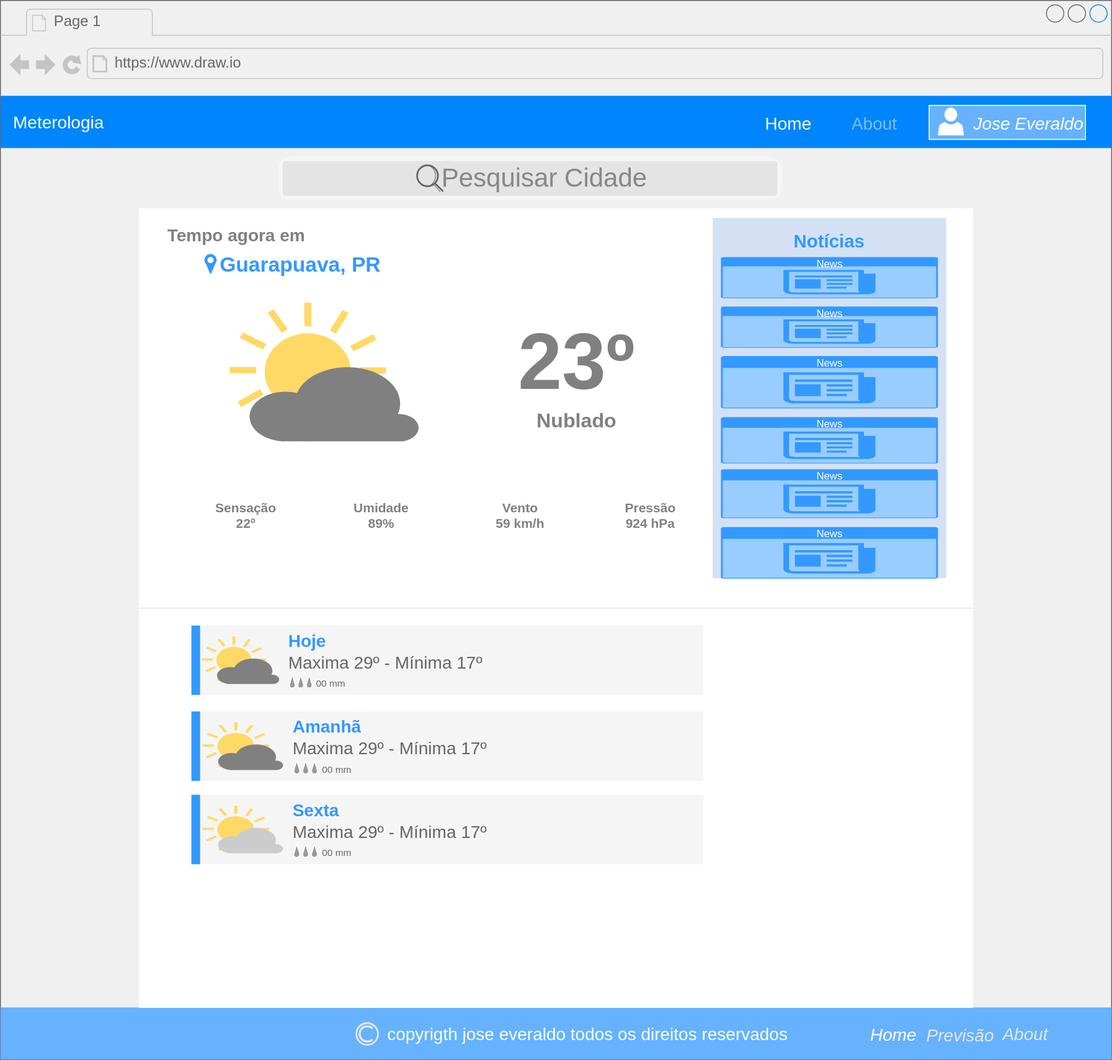
Before: wireframe/home-view.svg, a diagram exported from draw.io (LeoMatheus/bischoflima.github.io). Source tidied: cells renumbered, new cells last; positions are measured from the earlier drawing's top-left corner, leaving out a move shared by most shapes.
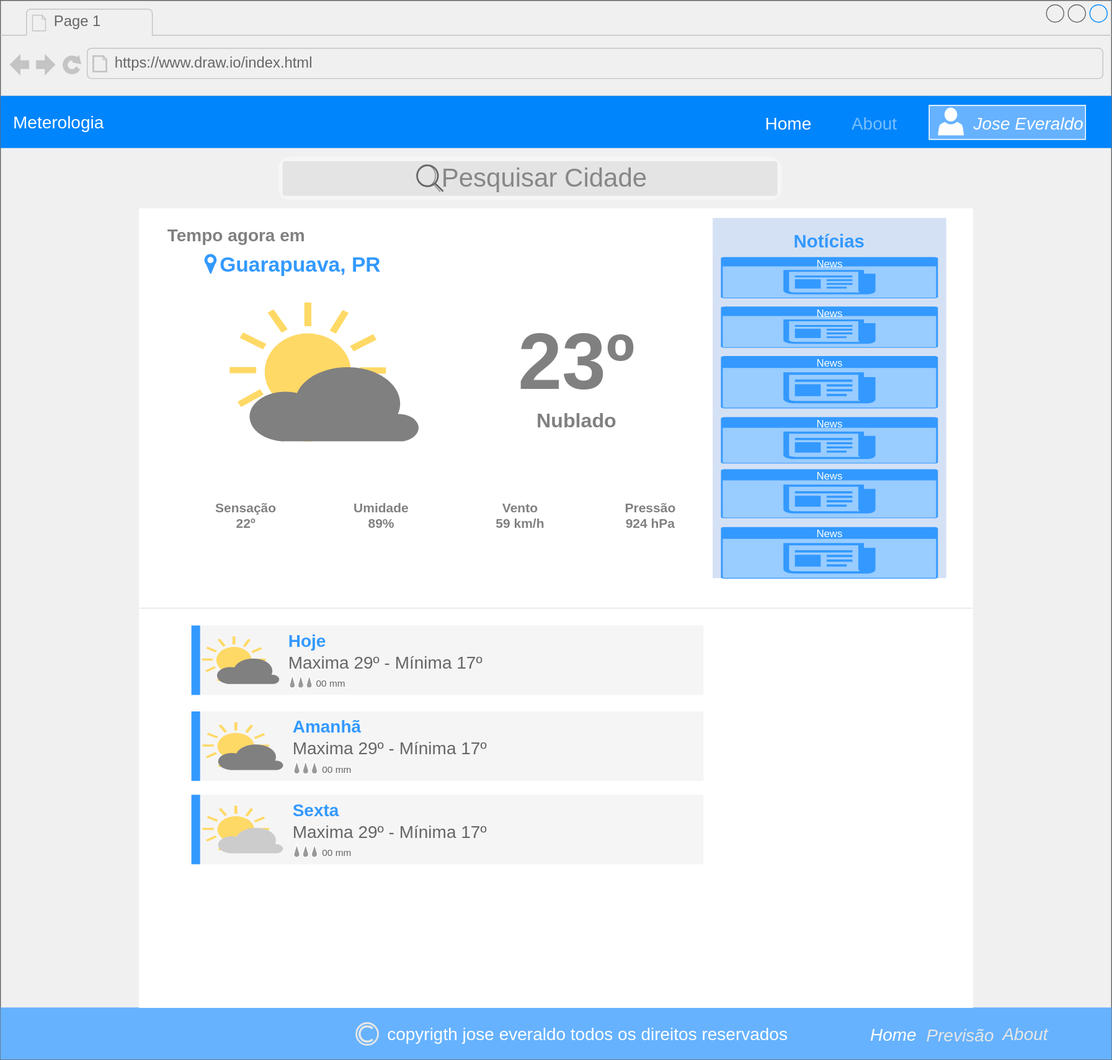
Above is the later version.

Commit message:
ajustado os wireframes da Home e do Usuario

What changed in the source:
```diff
@@ -11,7 +11,7 @@
     <mxCell id="4" value="Page 1" style="strokeWidth=1;shadow=0;dashed=0;align=center;html=1;shape=mxgraph.mockup.containers.anchor;fontSize=17;fontColor=#666666;align=left;" parent="3" vertex="1">
       <mxGeometry x="60" y="12" width="110" height="26" as="geometry" />
     </mxCell>
-    <mxCell id="5" value="https://www.draw.io" style="strokeWidth=1;shadow=0;dashed=0;align=center;html=1;shape=mxgraph.mockup.containers.anchor;rSize=0;fontSize=17;fontColor=#666666;align=left;" parent="3" vertex="1">
+    <mxCell id="5" value="https://www.draw.io/index.html" style="strokeWidth=1;shadow=0;dashed=0;align=center;html=1;shape=mxgraph.mockup.containers.anchor;rSize=0;fontSize=17;fontColor=#666666;align=left;" parent="3" vertex="1">
       <mxGeometry x="130" y="60" width="250" height="26" as="geometry" />
     </mxCell>
     <mxCell id="6" value="&lt;font style=&quot;font-size: 20px&quot;&gt;Meterologia&lt;/font&gt;" style="html=1;shadow=0;dashed=0;fillColor=#0085FC;strokeColor=none;fontSize=16;fontColor=#ffffff;align=left;spacing=15;" parent="3" vertex="1">
```
